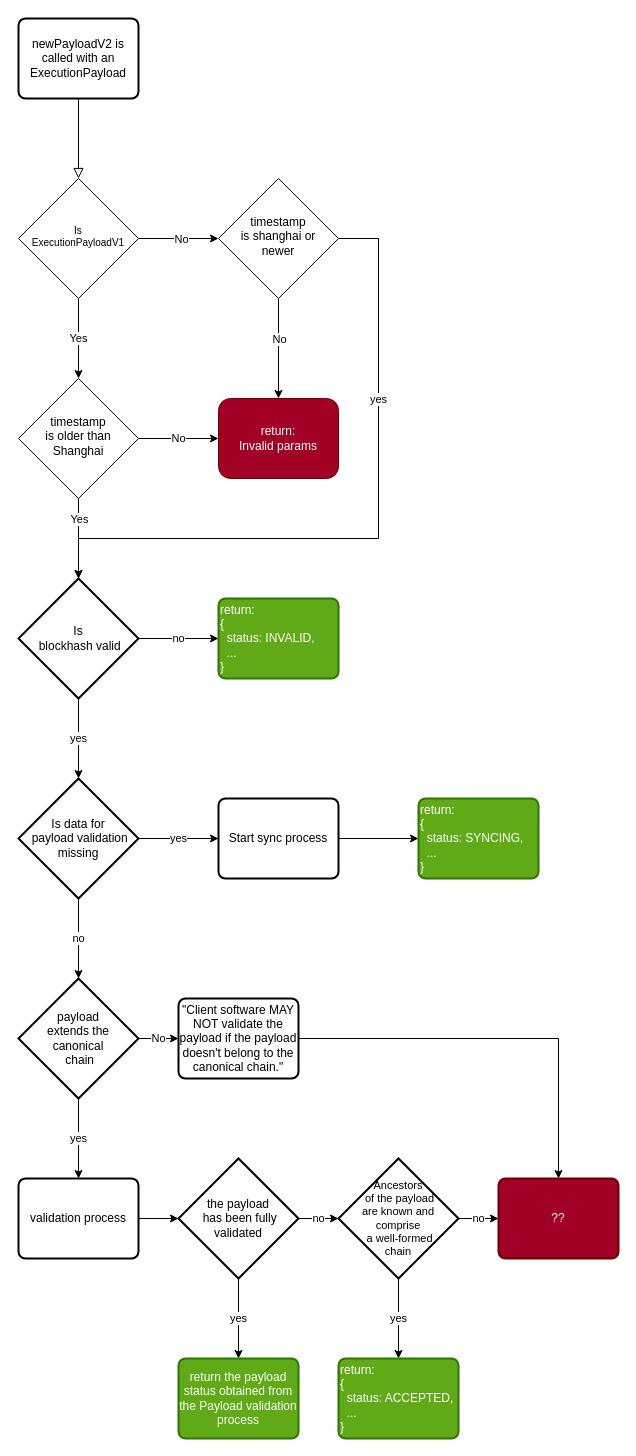
The draw.io diagram backup/engine-api/newPayloadV2.drawio in danielrachi1/diagrams, before the edit. Source tidied: cells renumbered, new cells numbered last; positions are measured from the earlier drawing's top-left corner, leaving out a move shared by most shapes. Both pictures are drawn from the tidied source at 100%, with x=0, y=0 at pixel (18, 18).
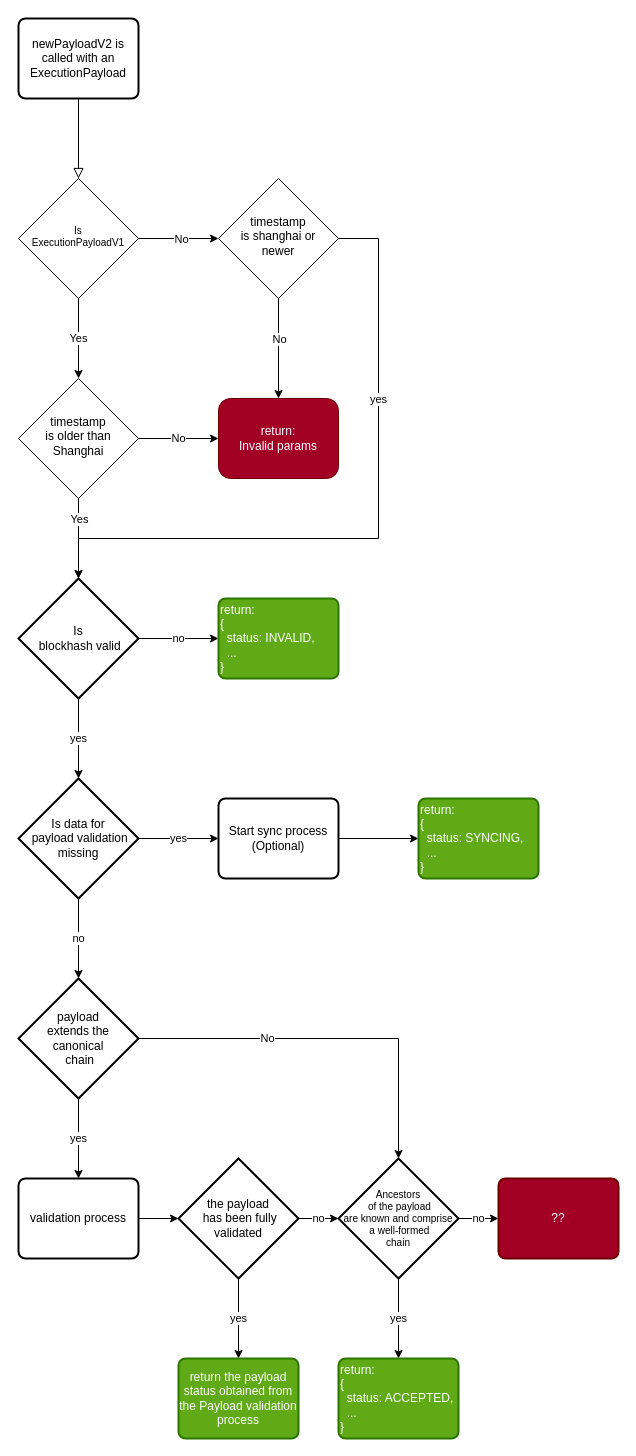
After the change.

Commit message:
Fix ACCEPTED conditions

The change refers to these unchanged cells:
```xml
<mxCell id="29" value="payload &lt;br&gt;extends the &lt;br&gt;canonical&lt;br&gt;&amp;nbsp;chain" style="strokeWidth=2;html=1;shape=mxgraph.flowchart.decision;whiteSpace=wrap;" parent="1" vertex="1">
  <mxGeometry y="960" width="120" height="120" as="geometry" />
</mxCell>
<mxCell id="39" value="??" style="rounded=1;whiteSpace=wrap;html=1;absoluteArcSize=1;arcSize=14;strokeWidth=2;fillColor=#a20025;fontColor=#ffffff;strokeColor=#6F0000;" parent="1" vertex="1">
  <mxGeometry x="480" y="1160" width="120" height="80" as="geometry" />
</mxCell>
```

What changed in the source:
```diff
@@
-    <mxCell id="24" value="Start sync process" style="rounded=1;whiteSpace=wrap;html=1;absoluteArcSize=1;arcSize=14;strokeWidth=2;" parent="1" vertex="1">
+    <mxCell id="24" value="Start sync process&lt;br&gt;(Optional)" style="rounded=1;whiteSpace=wrap;html=1;absoluteArcSize=1;arcSize=14;strokeWidth=2;" parent="1" vertex="1">
       <mxGeometry x="200" y="780" width="120" height="80" as="geometry" />
     </mxCell>
@@
-    <mxCell id="28" value="No" style="edgeStyle=orthogonalEdgeStyle;rounded=0;jettySize=auto;html=1;" parent="1" edge="1" source="29" target="42">
-      <mxGeometry relative="1" as="geometry" />
+    <mxCell id="28" value="No" style="edgeStyle=orthogonalEdgeStyle;rounded=0;jettySize=auto;html=1;entryX=0.5;entryY=0;entryDx=0;entryDy=0;entryPerimeter=0;" parent="1" edge="1" source="29" target="37">
+      <mxGeometry x="-0.32" relative="1" as="geometry" />
     </mxCell>
@@
-    <mxCell id="37" value="Ancestors&lt;br style=&quot;font-size: 11px;&quot;&gt;&amp;nbsp;of the payload &lt;br&gt;are known and comprise&lt;br&gt;&amp;nbsp;a well-formed &lt;br&gt;chain" style="strokeWidth=2;html=1;shape=mxgraph.flowchart.decision;whiteSpace=wrap;fontSize=11;" parent="1" vertex="1">
+    <mxCell id="37" value="Ancestors&lt;br style=&quot;font-size: 10px;&quot;&gt;&amp;nbsp;of the payload &lt;br style=&quot;font-size: 10px;&quot;&gt;are known and comprise&lt;br style=&quot;font-size: 10px;&quot;&gt;&amp;nbsp;a well-formed &lt;br style=&quot;font-size: 10px;&quot;&gt;chain" style="strokeWidth=2;html=1;shape=mxgraph.flowchart.decision;whiteSpace=wrap;fontSize=10;" parent="1" vertex="1">
       <mxGeometry x="320" y="1140" width="120" height="120" as="geometry" />
     </mxCell>
@@
-    <mxCell id="41" style="edgeStyle=orthogonalEdgeStyle;rounded=0;jettySize=auto;html=1;entryX=0.5;entryY=0;entryDx=0;entryDy=0;" parent="1" edge="1" source="42" target="39">
-      <mxGeometry relative="1" as="geometry" />
-    </mxCell>
-    <mxCell id="42" value="&quot;Client software MAY NOT validate the payload if the payload doesn't belong to the canonical chain.&quot;" style="rounded=1;whiteSpace=wrap;html=1;absoluteArcSize=1;arcSize=14;strokeWidth=2;" parent="1" vertex="1">
-      <mxGeometry x="160" y="980" width="120" height="80" as="geometry" />
-    </mxCell>
```
